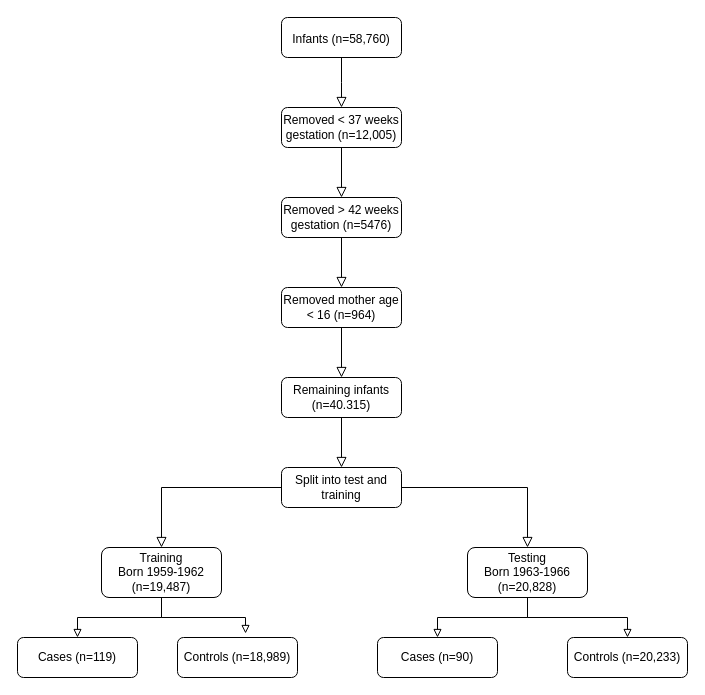
Earlier version of the draw.io diagram participants.drawio (MRCIEU/hie-ml). Source tidied: cells renumbered, new cells numbered last; positions are measured from the earlier drawing's top-left corner, leaving out a move shared by most shapes. Both pictures are drawn from the tidied source at 100%, with x=0, y=0 at pixel (17, 17).
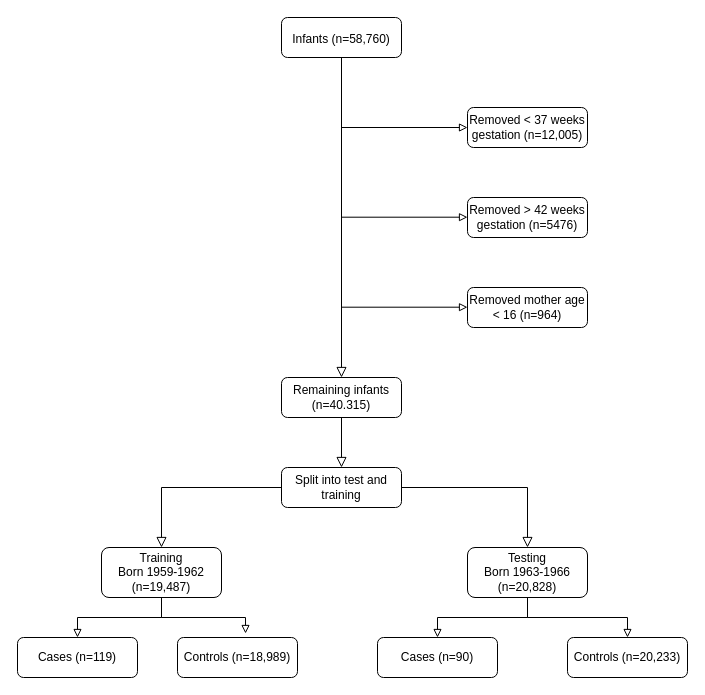
The same diagram, later.

Unchanged cells that the change refers to:
```xml
<mxCell id="3" value="&lt;font style=&quot;font-size: 12px&quot;&gt;Infants&amp;nbsp;(n=58,760)&lt;/font&gt;&lt;span style=&quot;font-size: medium&quot;&gt;&lt;/span&gt;" style="rounded=1;whiteSpace=wrap;html=1;fontSize=12;glass=0;strokeWidth=1;shadow=0;" parent="1" vertex="1">
  <mxGeometry x="264" width="120" height="40" as="geometry" />
</mxCell>
<mxCell id="10" value="Remaining infants (n=40.315)" style="rounded=1;whiteSpace=wrap;html=1;fontSize=12;glass=0;strokeWidth=1;shadow=0;" parent="1" vertex="1">
  <mxGeometry x="264" y="360" width="120" height="40" as="geometry" />
</mxCell>
```

The edit, as a diff of the source:
```diff
@@
-    <mxCell id="2" style="rounded=0;html=1;jettySize=auto;fontSize=11;endArrow=block;endFill=0;endSize=8;strokeWidth=1;shadow=0;labelBackgroundColor=none;edgeStyle=orthogonalEdgeStyle;" parent="1" edge="1" source="3">
-      <mxGeometry relative="1" as="geometry">
-        <mxPoint x="324" y="90" as="targetPoint" />
-      </mxGeometry>
+    <mxCell id="2" style="rounded=0;html=1;jettySize=auto;fontSize=11;endArrow=block;endFill=0;endSize=8;strokeWidth=1;shadow=0;labelBackgroundColor=none;edgeStyle=orthogonalEdgeStyle;entryX=0.5;entryY=0;entryDx=0;entryDy=0;" parent="1" edge="1" source="3" target="10">
+      <mxGeometry relative="1" as="geometry" />
     </mxCell>
@@
     <mxCell id="4" value="Removed &amp;lt; 37 weeks gestation (n=12,005)" style="rounded=1;whiteSpace=wrap;html=1;fontSize=12;glass=0;strokeWidth=1;shadow=0;" parent="1" vertex="1">
-      <mxGeometry x="264" y="90" width="120" height="40" as="geometry" />
+      <mxGeometry x="450" y="90" width="120" height="40" as="geometry" />
     </mxCell>
-    <mxCell id="5" style="rounded=0;html=1;jettySize=auto;orthogonalLoop=1;fontSize=11;endArrow=block;endFill=0;endSize=8;strokeWidth=1;shadow=0;labelBackgroundColor=none;edgeStyle=orthogonalEdgeStyle;" parent="1" edge="1">
-      <mxGeometry relative="1" as="geometry">
-        <mxPoint x="324" y="130" as="sourcePoint" />
-        <mxPoint x="324" y="180" as="targetPoint" />
-      </mxGeometry>
-    </mxCell>
     <mxCell id="6" value="Removed &amp;gt; 42 weeks gestation (n=5476)" style="rounded=1;whiteSpace=wrap;html=1;fontSize=12;glass=0;strokeWidth=1;shadow=0;" parent="1" vertex="1">
-      <mxGeometry x="264" y="180" width="120" height="40" as="geometry" />
+      <mxGeometry x="450" y="180" width="120" height="40" as="geometry" />
     </mxCell>
-    <mxCell id="7" style="rounded=0;html=1;jettySize=auto;orthogonalLoop=1;fontSize=11;endArrow=block;endFill=0;endSize=8;strokeWidth=1;shadow=0;labelBackgroundColor=none;edgeStyle=orthogonalEdgeStyle;" parent="1" edge="1">
-      <mxGeometry relative="1" as="geometry">
-        <mxPoint x="324" y="220" as="sourcePoint" />
-        <mxPoint x="324" y="270" as="targetPoint" />
-      </mxGeometry>
-    </mxCell>
     <mxCell id="8" value="Removed mother age &amp;lt; 16 (n=964)" style="rounded=1;whiteSpace=wrap;html=1;fontSize=12;glass=0;strokeWidth=1;shadow=0;" parent="1" vertex="1">
-      <mxGeometry x="264" y="270" width="120" height="40" as="geometry" />
+      <mxGeometry x="450" y="270" width="120" height="40" as="geometry" />
     </mxCell>
-    <mxCell id="9" style="rounded=0;html=1;jettySize=auto;orthogonalLoop=1;fontSize=11;endArrow=block;endFill=0;endSize=8;strokeWidth=1;shadow=0;labelBackgroundColor=none;edgeStyle=orthogonalEdgeStyle;" parent="1" edge="1">
-      <mxGeometry relative="1" as="geometry">
-        <mxPoint x="324" y="310" as="sourcePoint" />
-        <mxPoint x="324" y="360" as="targetPoint" />
-      </mxGeometry>
-    </mxCell>
@@
+    <mxCell id="25" style="endArrow=block;html=1;entryX=0;entryY=0.5;entryDx=0;entryDy=0;endFill=0;" parent="1" edge="1" target="4">
+      <mxGeometry relative="1" as="geometry">
+        <mxPoint x="324" y="110" as="sourcePoint" />
+      </mxGeometry>
+    </mxCell>
+    <mxCell id="26" style="endArrow=block;html=1;entryX=0;entryY=0.5;entryDx=0;entryDy=0;endFill=0;" parent="1" edge="1">
+      <mxGeometry relative="1" as="geometry">
+        <mxPoint x="324" y="199.7" as="sourcePoint" />
+        <mxPoint x="450" y="199.7" as="targetPoint" />
+      </mxGeometry>
+    </mxCell>
+    <mxCell id="27" style="endArrow=block;html=1;entryX=0;entryY=0.5;entryDx=0;entryDy=0;endFill=0;" parent="1" edge="1">
+      <mxGeometry relative="1" as="geometry">
+        <mxPoint x="324" y="289.7" as="sourcePoint" />
+        <mxPoint x="450" y="289.7" as="targetPoint" />
+      </mxGeometry>
+    </mxCell>
```
